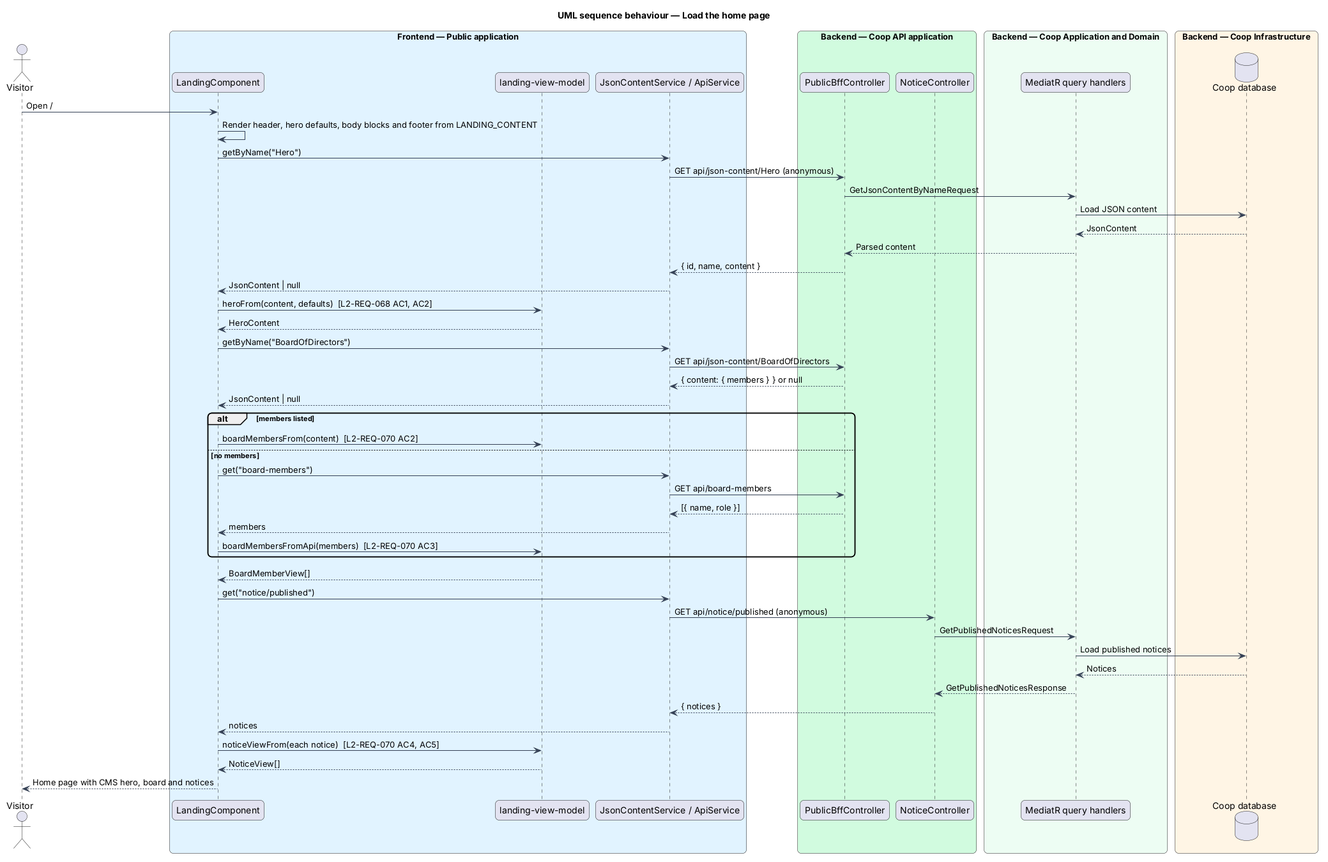
Above: docs/detailed-designs/public-app/show-home-page/diagrams/sequence-load-home-page.png in QuinntyneBrown/Coop (PlantUML), before the change.
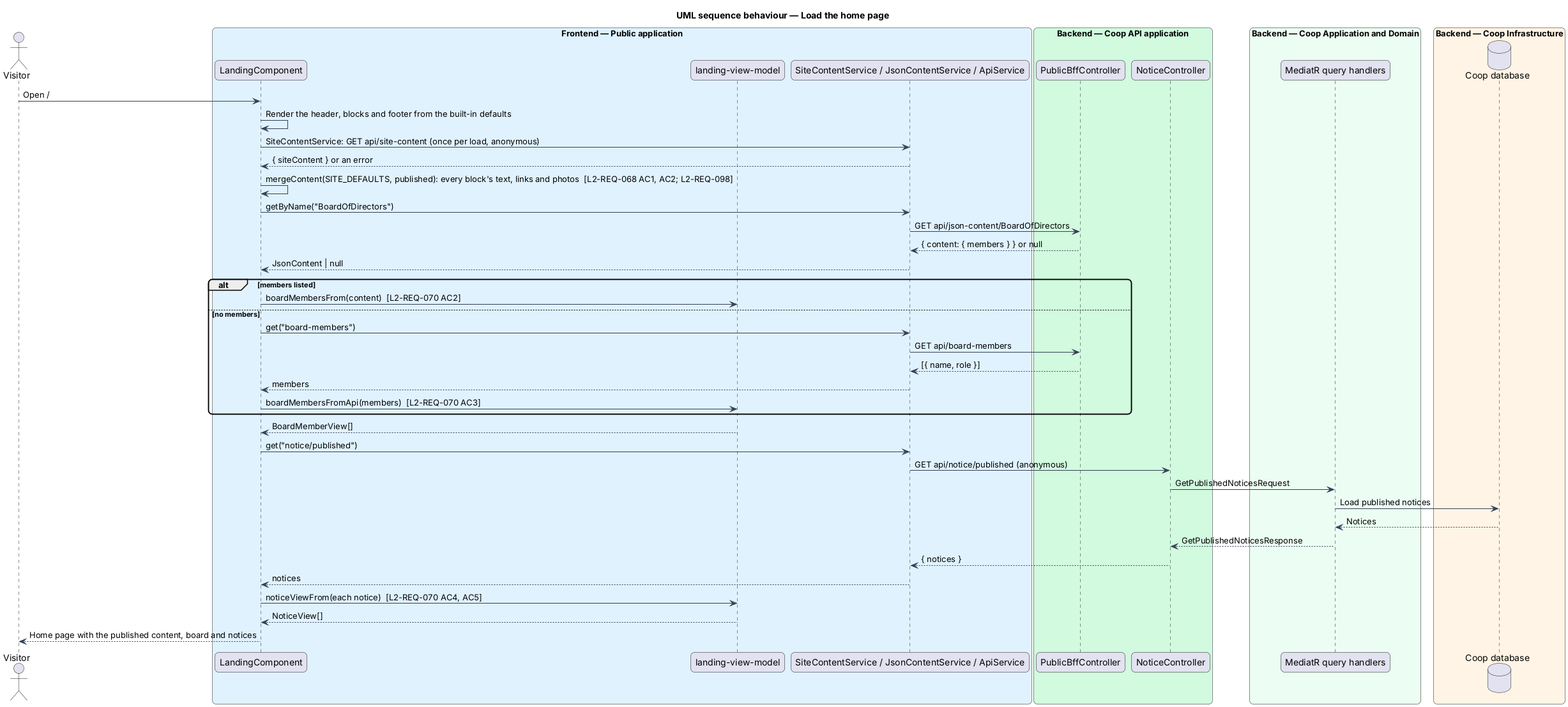
After the change.

What changed in the source:
```diff
@@ -1,5 +1,4 @@
 @startuml
-!pragma layout smetana
 title UML sequence behaviour — Load the home page
 skinparam backgroundColor #FFFFFF
 skinparam shadowing false
@@ -10,7 +9,7 @@
 box "Frontend — Public application" #E0F2FE
   participant "LandingComponent" as page
   participant "landing-view-model" as vm
-  participant "JsonContentService / ApiService" as client
+  participant "SiteContentService / JsonContentService / ApiService" as client
 end box
 box "Backend — Coop API application" #D1FADF
   participant "PublicBffController" as bff
@@ -23,17 +22,10 @@
   database "Coop database" as db
 end box
 actor -> page : Open /
-page -> page : Render header, hero defaults, body blocks and footer from LANDING_CONTENT
-page -> client : getByName("Hero")
-client -> bff : GET api/json-content/Hero (anonymous)
-bff -> handler : GetJsonContentByNameRequest
-handler -> db : Load JSON content
-db --> handler : JsonContent
-handler --> bff : Parsed content
-bff --> client : { id, name, content }
-client --> page : JsonContent | null
-page -> vm : heroFrom(content, defaults)  [L2-REQ-068 AC1, AC2]
-vm --> page : HeroContent
+page -> page : Render the header, blocks and footer from the built-in defaults
+page -> client : SiteContentService: GET api/site-content (once per load, anonymous)
+client --> page : { siteContent } or an error
+page -> page : mergeContent(SITE_DEFAULTS, published): every block's text, links and photos  [L2-REQ-068 AC1, AC2; L2-REQ-098]
 page -> client : getByName("BoardOfDirectors")
 client -> bff : GET api/json-content/BoardOfDirectors
 bff --> client : { content: { members } } or null
@@ -58,5 +50,5 @@
 client --> page : notices
 page -> vm : noticeViewFrom(each notice)  [L2-REQ-070 AC4, AC5]
 vm --> page : NoticeView[]
-page --> actor : Home page with CMS hero, board and notices
+page --> actor : Home page with the published content, board and notices
 @enduml
```
